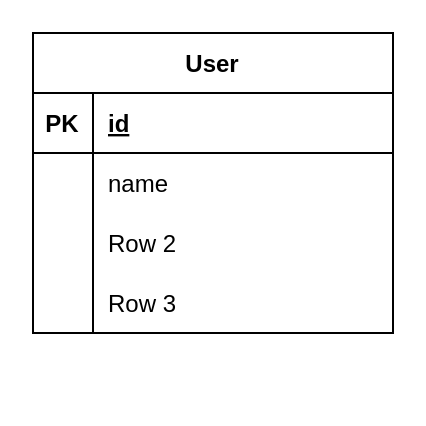
The draw.io diagram architecture/db.drawio in ISAWASHUN/laravel-ec-site, before the edit. Source tidied: cells renumbered, new cells numbered last; positions are measured from the earlier drawing's top-left corner, leaving out a move shared by most shapes. Both pictures are drawn from the tidied source at 200%, with x=0, y=0 at pixel (32, 32).
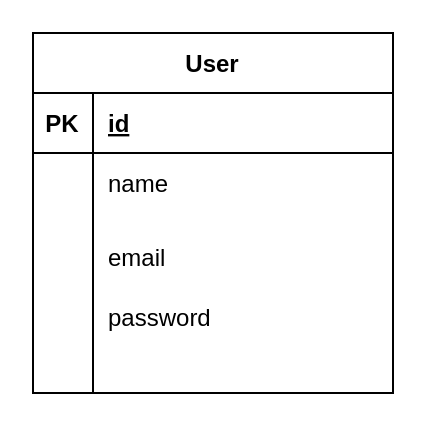
The same diagram, later.

Commit message:
Userテーブルの作成

Change to the diagram source:
```diff
@@
 <mxGraphModel>
   <root>
     <mxCell id="0" />
     <mxCell id="1" parent="0" />
     <mxCell id="2" value="User" style="shape=table;startSize=30;childLayout=tableLayout;rowLines=0;fontStyle=1;align=center;" parent="1" vertex="1">
-      <mxGeometry width="180" height="150" as="geometry" />
+      <mxGeometry width="180" height="180" as="geometry" />
     </mxCell>
     <mxCell id="3" style="shape=tableRow;horizontal=0;startSize=0;swimlaneHead=0;swimlaneBody=0;fillColor=none;top=0;left=0;right=0;bottom=1;" parent="2" vertex="1">
       <mxGeometry y="30" width="180" height="30" as="geometry" />
     </mxCell>
     <mxCell id="4" value="PK" style="shape=partialRectangle;fillColor=none;top=0;left=0;bottom=0;right=0;fontStyle=1;overflow=hidden;" parent="3" vertex="1">
       <mxGeometry width="30" height="30" as="geometry" />
     </mxCell>
     <mxCell id="5" value="id" style="shape=partialRectangle;fillColor=none;top=0;left=0;bottom=0;right=0;align=left;spacingLeft=6;fontStyle=5;overflow=hidden;" parent="3" vertex="1">
       <mxGeometry x="30" width="150" height="30" as="geometry" />
     </mxCell>
     <mxCell id="6" style="shape=tableRow;horizontal=0;startSize=0;swimlaneHead=0;swimlaneBody=0;fillColor=none;top=0;left=0;right=0;bottom=0;" parent="2" vertex="1">
       <mxGeometry y="60" width="180" height="30" as="geometry" />
     </mxCell>
     <mxCell id="7" style="shape=partialRectangle;fillColor=none;top=0;left=0;bottom=0;right=0;overflow=hidden;" parent="6" vertex="1">
       <mxGeometry width="30" height="30" as="geometry" />
     </mxCell>
     <mxCell id="8" value="name" style="shape=partialRectangle;fillColor=none;top=0;left=0;bottom=0;right=0;align=left;spacingLeft=6;overflow=hidden;" parent="6" vertex="1">
       <mxGeometry x="30" width="150" height="30" as="geometry" />
     </mxCell>
     <mxCell id="9" style="shape=tableRow;horizontal=0;startSize=0;swimlaneHead=0;swimlaneBody=0;fillColor=none;top=0;left=0;right=0;bottom=0;" parent="2" vertex="1">
       <mxGeometry y="90" width="180" height="30" as="geometry" />
     </mxCell>
     <mxCell id="10" style="shape=partialRectangle;fillColor=none;top=0;left=0;bottom=0;right=0;overflow=hidden;" parent="9" vertex="1">
       <mxGeometry width="30" height="30" as="geometry" />
     </mxCell>
-    <mxCell id="11" value="Row 2" style="shape=partialRectangle;fillColor=none;top=0;left=0;bottom=0;right=0;align=left;spacingLeft=6;overflow=hidden;" parent="9" vertex="1">
+    <mxCell id="11" value="&#10;email" style="shape=partialRectangle;fillColor=none;top=0;left=0;bottom=0;right=0;align=left;spacingLeft=6;overflow=hidden;" parent="9" vertex="1">
       <mxGeometry x="30" width="150" height="30" as="geometry" />
     </mxCell>
     <mxCell id="12" style="shape=tableRow;horizontal=0;startSize=0;swimlaneHead=0;swimlaneBody=0;fillColor=none;top=0;left=0;right=0;bottom=0;" parent="2" vertex="1">
       <mxGeometry y="120" width="180" height="30" as="geometry" />
     </mxCell>
     <mxCell id="13" style="shape=partialRectangle;fillColor=none;top=0;left=0;bottom=0;right=0;overflow=hidden;" parent="12" vertex="1">
       <mxGeometry width="30" height="30" as="geometry" />
     </mxCell>
-    <mxCell id="14" value="Row 3" style="shape=partialRectangle;fillColor=none;top=0;left=0;bottom=0;right=0;align=left;spacingLeft=6;overflow=hidden;" parent="12" vertex="1">
+    <mxCell id="14" value="&#10;password" style="shape=partialRectangle;fillColor=none;top=0;left=0;bottom=0;right=0;align=left;spacingLeft=6;overflow=hidden;" parent="12" vertex="1">
       <mxGeometry x="30" width="150" height="30" as="geometry" />
     </mxCell>
+    <mxCell id="15" style="shape=tableRow;horizontal=0;startSize=0;swimlaneHead=0;swimlaneBody=0;fillColor=none;top=0;left=0;right=0;bottom=0;" parent="2" vertex="1">
+      <mxGeometry y="150" width="180" height="30" as="geometry" />
+    </mxCell>
+    <mxCell id="16" style="shape=partialRectangle;fillColor=none;top=0;left=0;bottom=0;right=0;overflow=hidden;" parent="15" vertex="1">
+      <mxGeometry width="30" height="30" as="geometry" />
+    </mxCell>
+    <mxCell id="17" style="shape=partialRectangle;fillColor=none;top=0;left=0;bottom=0;right=0;align=left;spacingLeft=6;overflow=hidden;" parent="15" vertex="1">
+      <mxGeometry x="30" width="150" height="30" as="geometry" />
+    </mxCell>
   </root>
 </mxGraphModel>
```
